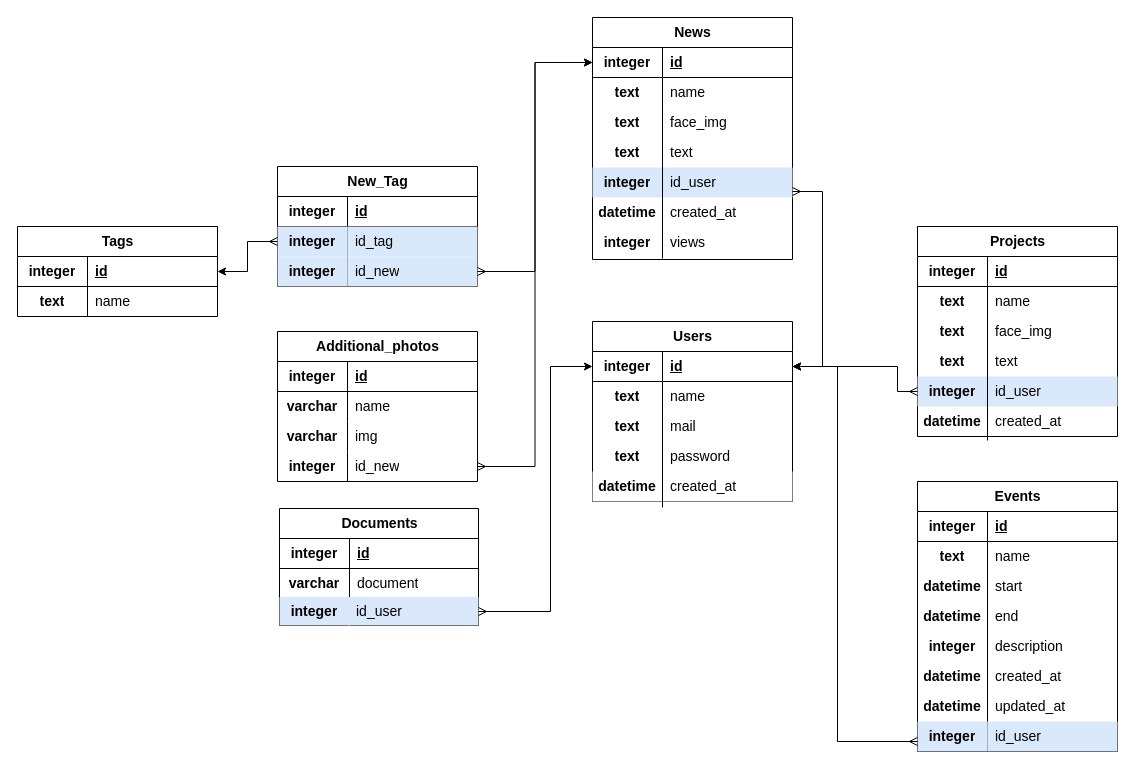
Discordiks/Pink_girls keeps this draw.io diagram as page "БД 3" (13 of 17) of img/Диаграмма без названия.drawio. Above is the earlier version. Source tidied: cells renumbered, new cells numbered last; positions are measured from the earlier drawing's top-left corner, leaving out a move shared by most shapes. Both pictures are drawn from the tidied source at 100%, with x=0, y=0 at pixel (17, 17).
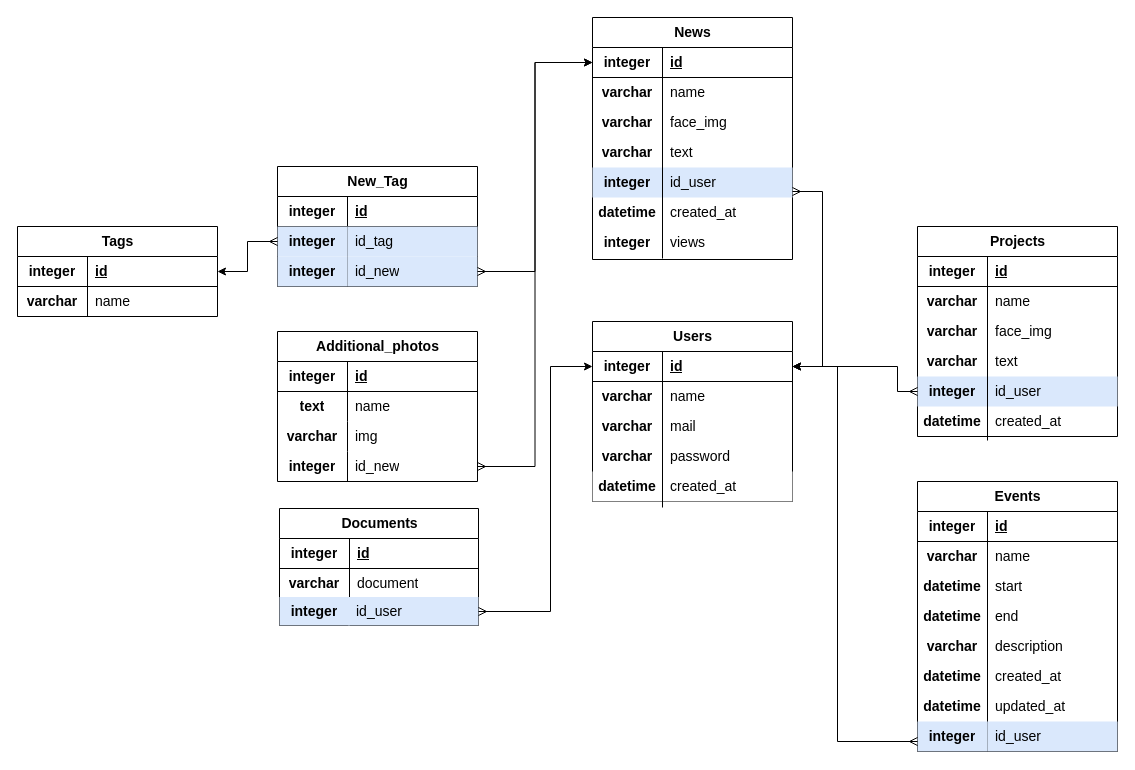
After the change.

Unchanged cells that the change refers to:
```xml
<mxCell id="2" style="group;fontSize=14;" parent="1" vertex="1">
  <mxGeometry x="575" width="200" height="270" as="geometry" />
</mxCell>
<mxCell id="39" style="group;fontSize=14;" parent="1" vertex="1">
  <mxGeometry y="209" width="200" height="90" as="geometry" />
</mxCell>
<mxCell id="48" style="group;fontSize=14;" parent="1" vertex="1">
  <mxGeometry x="260" y="314" width="200" height="150" as="geometry" />
</mxCell>
<mxCell id="65" style="group;fontSize=14;" parent="1" vertex="1">
  <mxGeometry x="575" y="304" width="200" height="300" as="geometry" />
</mxCell>
<mxCell id="90" style="group;" parent="1" vertex="1">
  <mxGeometry x="900" y="209" width="200" height="214" as="geometry" />
</mxCell>
<mxCell id="113" style="group;" parent="1" vertex="1">
  <mxGeometry x="900" y="464" width="200" height="270" as="geometry" />
</mxCell>
```

The edit, as a diff of the source:
```diff
@@
-    <mxCell id="16" value="text" style="shape=partialRectangle;fillColor=none;top=0;left=0;bottom=0;right=0;fontStyle=1;overflow=hidden;whiteSpace=wrap;html=1;fontSize=14;" parent="2" vertex="1">
+    <mxCell id="16" value="varchar" style="shape=partialRectangle;fillColor=none;top=0;left=0;bottom=0;right=0;fontStyle=1;overflow=hidden;whiteSpace=wrap;html=1;fontSize=14;" parent="2" vertex="1">
       <mxGeometry y="60" width="70" height="30" as="geometry" />
     </mxCell>
-    <mxCell id="17" value="text" style="shape=partialRectangle;fillColor=none;top=0;left=0;bottom=0;right=0;fontStyle=1;overflow=hidden;whiteSpace=wrap;html=1;fontSize=14;" parent="2" vertex="1">
+    <mxCell id="17" value="varchar" style="shape=partialRectangle;fillColor=none;top=0;left=0;bottom=0;right=0;fontStyle=1;overflow=hidden;whiteSpace=wrap;html=1;fontSize=14;" parent="2" vertex="1">
       <mxGeometry y="90" width="70" height="30" as="geometry" />
     </mxCell>
-    <mxCell id="18" value="text" style="shape=partialRectangle;fillColor=none;top=0;left=0;bottom=0;right=0;fontStyle=1;overflow=hidden;whiteSpace=wrap;html=1;fontSize=14;" parent="2" vertex="1">
+    <mxCell id="18" value="varchar" style="shape=partialRectangle;fillColor=none;top=0;left=0;bottom=0;right=0;fontStyle=1;overflow=hidden;whiteSpace=wrap;html=1;fontSize=14;" parent="2" vertex="1">
       <mxGeometry y="120" width="70" height="30" as="geometry" />
     </mxCell>
@@
-    <mxCell id="47" value="text" style="shape=partialRectangle;fillColor=none;top=0;left=0;bottom=0;right=0;fontStyle=1;overflow=hidden;whiteSpace=wrap;html=1;fontSize=14;" parent="39" vertex="1">
+    <mxCell id="47" value="varchar" style="shape=partialRectangle;fillColor=none;top=0;left=0;bottom=0;right=0;fontStyle=1;overflow=hidden;whiteSpace=wrap;html=1;fontSize=14;" parent="39" vertex="1">
       <mxGeometry y="60" width="70" height="30" as="geometry" />
     </mxCell>
@@
-    <mxCell id="62" value="varchar" style="shape=partialRectangle;fillColor=none;top=0;left=0;bottom=0;right=0;fontStyle=1;overflow=hidden;whiteSpace=wrap;html=1;fontSize=14;" parent="48" vertex="1">
+    <mxCell id="62" value="text" style="shape=partialRectangle;fillColor=none;top=0;left=0;bottom=0;right=0;fontStyle=1;overflow=hidden;whiteSpace=wrap;html=1;fontSize=14;" parent="48" vertex="1">
       <mxGeometry y="60" width="70" height="30" as="geometry" />
     </mxCell>
@@
-    <mxCell id="79" value="text" style="shape=partialRectangle;fillColor=none;top=0;left=0;bottom=0;right=0;fontStyle=1;overflow=hidden;whiteSpace=wrap;html=1;fontSize=14;" parent="65" vertex="1">
+    <mxCell id="79" value="varchar" style="shape=partialRectangle;fillColor=none;top=0;left=0;bottom=0;right=0;fontStyle=1;overflow=hidden;whiteSpace=wrap;html=1;fontSize=14;" parent="65" vertex="1">
       <mxGeometry y="60" width="70" height="30" as="geometry" />
     </mxCell>
-    <mxCell id="80" value="text" style="shape=partialRectangle;fillColor=none;top=0;left=0;bottom=0;right=0;fontStyle=1;overflow=hidden;whiteSpace=wrap;html=1;fontSize=14;" parent="65" vertex="1">
+    <mxCell id="80" value="varchar" style="shape=partialRectangle;fillColor=none;top=0;left=0;bottom=0;right=0;fontStyle=1;overflow=hidden;whiteSpace=wrap;html=1;fontSize=14;" parent="65" vertex="1">
       <mxGeometry y="90" width="70" height="30" as="geometry" />
     </mxCell>
@@
-    <mxCell id="83" value="text" style="shape=partialRectangle;fillColor=none;top=0;left=0;bottom=0;right=0;fontStyle=1;overflow=hidden;whiteSpace=wrap;html=1;fontSize=14;" parent="65" vertex="1">
+    <mxCell id="83" value="varchar" style="shape=partialRectangle;fillColor=none;top=0;left=0;bottom=0;right=0;fontStyle=1;overflow=hidden;whiteSpace=wrap;html=1;fontSize=14;" parent="65" vertex="1">
       <mxGeometry y="120" width="70" height="30" as="geometry" />
     </mxCell>
@@
-    <mxCell id="104" value="text" style="shape=partialRectangle;fillColor=none;top=0;left=0;bottom=0;right=0;fontStyle=1;overflow=hidden;whiteSpace=wrap;html=1;fontSize=14;" parent="90" vertex="1">
+    <mxCell id="104" value="varchar" style="shape=partialRectangle;fillColor=none;top=0;left=0;bottom=0;right=0;fontStyle=1;overflow=hidden;whiteSpace=wrap;html=1;fontSize=14;" parent="90" vertex="1">
       <mxGeometry y="60" width="70" height="30" as="geometry" />
     </mxCell>
-    <mxCell id="105" value="text" style="shape=partialRectangle;fillColor=none;top=0;left=0;bottom=0;right=0;fontStyle=1;overflow=hidden;whiteSpace=wrap;html=1;fontSize=14;" parent="90" vertex="1">
+    <mxCell id="105" value="varchar" style="shape=partialRectangle;fillColor=none;top=0;left=0;bottom=0;right=0;fontStyle=1;overflow=hidden;whiteSpace=wrap;html=1;fontSize=14;" parent="90" vertex="1">
       <mxGeometry y="90" width="70" height="30" as="geometry" />
     </mxCell>
-    <mxCell id="106" value="text" style="shape=partialRectangle;fillColor=none;top=0;left=0;bottom=0;right=0;fontStyle=1;overflow=hidden;whiteSpace=wrap;html=1;fontSize=14;" parent="90" vertex="1">
+    <mxCell id="106" value="varchar" style="shape=partialRectangle;fillColor=none;top=0;left=0;bottom=0;right=0;fontStyle=1;overflow=hidden;whiteSpace=wrap;html=1;fontSize=14;" parent="90" vertex="1">
       <mxGeometry y="120" width="70" height="30" as="geometry" />
     </mxCell>
@@
-    <mxCell id="127" value="text" style="shape=partialRectangle;fillColor=none;top=0;left=0;bottom=0;right=0;fontStyle=1;overflow=hidden;whiteSpace=wrap;html=1;fontSize=14;" parent="113" vertex="1">
+    <mxCell id="127" value="varchar" style="shape=partialRectangle;fillColor=none;top=0;left=0;bottom=0;right=0;fontStyle=1;overflow=hidden;whiteSpace=wrap;html=1;fontSize=14;" parent="113" vertex="1">
       <mxGeometry y="60" width="70" height="30" as="geometry" />
     </mxCell>
@@
-    <mxCell id="132" value="integer" style="shape=partialRectangle;fillColor=none;top=0;left=0;bottom=0;right=0;fontStyle=1;overflow=hidden;whiteSpace=wrap;html=1;fontSize=14;" parent="113" vertex="1">
+    <mxCell id="132" value="varchar" style="shape=partialRectangle;fillColor=none;top=0;left=0;bottom=0;right=0;fontStyle=1;overflow=hidden;whiteSpace=wrap;html=1;fontSize=14;" parent="113" vertex="1">
       <mxGeometry y="150" width="70" height="30" as="geometry" />
     </mxCell>
```
